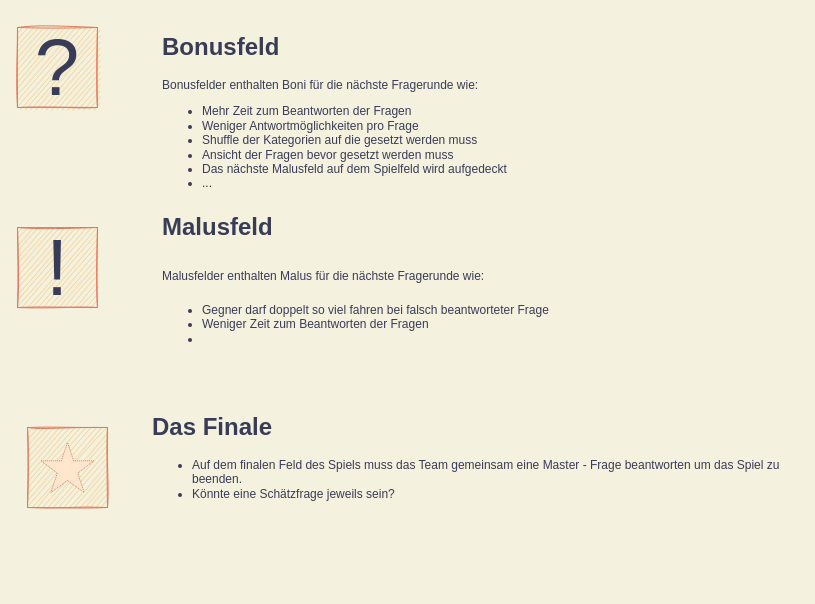
fadelmann/betonyourself-draw keeps this draw.io diagram as page "Specials" (4 of 5) of Bet on Yourself.drawio. Above is the earlier version. Source tidied: cells renumbered, new cells numbered last; positions are measured from the earlier drawing's top-left corner, leaving out a move shared by most shapes. Both pictures are drawn from the tidied source at 100%, with x=0, y=0 at pixel (17, 27).
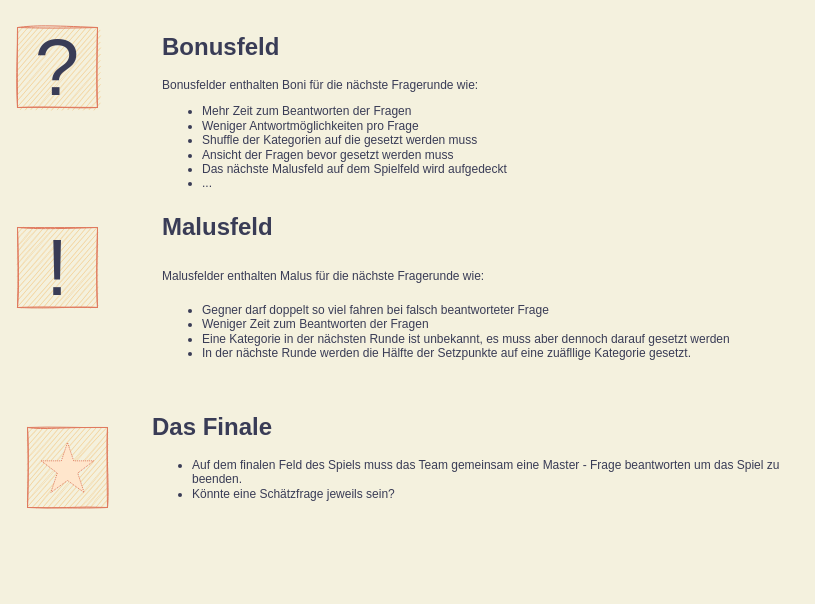
The same page after the edit.

Change to the diagram source:
```diff
@@
 <mxGraphModel background="#F4F1DE">
   <root>
     <mxCell id="0" />
     <mxCell id="1" parent="0" />
     <mxCell id="2" value="&lt;font style=&quot;font-size: 80px&quot;&gt;?&lt;/font&gt;" style="whiteSpace=wrap;html=1;rounded=0;sketch=1;fontColor=#393C56;strokeColor=#E07A5F;fillColor=#F2CC8F;" parent="1" vertex="1">
       <mxGeometry width="80" height="80" as="geometry" />
     </mxCell>
     <mxCell id="3" value="&lt;font style=&quot;font-size: 80px&quot;&gt;!&lt;/font&gt;" style="whiteSpace=wrap;html=1;rounded=0;sketch=1;fontColor=#393C56;strokeColor=#E07A5F;fillColor=#F2CC8F;" parent="1" vertex="1">
       <mxGeometry y="200" width="80" height="80" as="geometry" />
     </mxCell>
     <mxCell id="4" value="&lt;h1&gt;Bonusfeld&lt;/h1&gt;&lt;p&gt;Bonusfelder enthalten Boni für die nächste Fragerunde wie:&lt;/p&gt;&lt;p&gt;&lt;/p&gt;&lt;ul&gt;&lt;li&gt;Mehr Zeit zum Beantworten der Fragen&lt;/li&gt;&lt;li&gt;Weniger Antwortmöglichkeiten pro Frage&lt;/li&gt;&lt;li&gt;Shuffle der Kategorien auf die gesetzt werden muss&lt;/li&gt;&lt;li&gt;Ansicht der Fragen bevor gesetzt werden muss&lt;/li&gt;&lt;li&gt;Das nächste Malusfeld auf dem Spielfeld wird aufgedeckt&lt;/li&gt;&lt;li&gt;...&lt;/li&gt;&lt;/ul&gt;&lt;p&gt;&lt;/p&gt;" style="text;html=1;strokeColor=none;fillColor=none;spacing=5;spacingTop=-20;whiteSpace=wrap;overflow=hidden;rounded=0;sketch=0;fontColor=#393C56;" parent="1" vertex="1">
       <mxGeometry x="140" width="640" height="160" as="geometry" />
     </mxCell>
-    <mxCell id="5" value="&lt;h1&gt;&lt;span&gt;Malusfeld&lt;/span&gt;&lt;/h1&gt;&lt;h1&gt;&lt;span style=&quot;font-size: 12px ; font-weight: normal&quot;&gt;Malusfelder enthalten Malus für die nächste Fragerunde wie:&lt;/span&gt;&lt;br&gt;&lt;/h1&gt;&lt;div&gt;&lt;ul&gt;&lt;li&gt;&lt;span style=&quot;font-size: 12px ; font-weight: normal&quot;&gt;Gegner darf doppelt so viel fahren bei falsch beantworteter Frage&lt;/span&gt;&lt;/li&gt;&lt;li&gt;Weniger Zeit zum Beantworten der Fragen&lt;/li&gt;&lt;li&gt;&lt;br&gt;&lt;/li&gt;&lt;/ul&gt;&lt;/div&gt;" style="text;html=1;strokeColor=none;fillColor=none;spacing=5;spacingTop=-20;whiteSpace=wrap;overflow=hidden;rounded=0;sketch=0;fontColor=#393C56;" parent="1" vertex="1">
+    <mxCell id="5" value="&lt;h1&gt;&lt;span&gt;Malusfeld&lt;/span&gt;&lt;/h1&gt;&lt;h1&gt;&lt;span style=&quot;font-size: 12px ; font-weight: normal&quot;&gt;Malusfelder enthalten Malus für die nächste Fragerunde wie:&lt;/span&gt;&lt;br&gt;&lt;/h1&gt;&lt;div&gt;&lt;ul&gt;&lt;li&gt;&lt;span style=&quot;font-size: 12px ; font-weight: normal&quot;&gt;Gegner darf doppelt so viel fahren bei falsch beantworteter Frage&lt;/span&gt;&lt;/li&gt;&lt;li&gt;Weniger Zeit zum Beantworten der Fragen&lt;/li&gt;&lt;li&gt;Eine Kategorie in der nächsten Runde ist unbekannt, es muss aber dennoch darauf gesetzt werden&lt;/li&gt;&lt;li&gt;In der nächste Runde werden die Hälfte der Setzpunkte auf eine zuäfllige Kategorie gesetzt.&lt;/li&gt;&lt;/ul&gt;&lt;/div&gt;" style="text;html=1;strokeColor=none;fillColor=none;spacing=5;spacingTop=-20;whiteSpace=wrap;overflow=hidden;rounded=0;sketch=0;fontColor=#393C56;" parent="1" vertex="1">
       <mxGeometry x="140" y="180" width="640" height="180" as="geometry" />
     </mxCell>
     <mxCell id="6" style="whiteSpace=wrap;html=1;rounded=0;sketch=1;fontColor=#393C56;strokeColor=#E07A5F;fillColor=#F2CC8F;" parent="1" vertex="1">
       <mxGeometry x="10" y="400" width="80" height="80" as="geometry" />
     </mxCell>
     <mxCell id="7" style="verticalLabelPosition=bottom;verticalAlign=top;html=1;shape=mxgraph.basic.star;rounded=0;dashed=1;dashPattern=1 1;sketch=0;fontColor=#393C56;strokeColor=#E07A5F;fillColor=#FFE6CC;" parent="1" vertex="1">
       <mxGeometry x="23.7" y="415" width="52.6" height="50" as="geometry" />
     </mxCell>
     <mxCell id="8" value="&lt;h1&gt;&lt;span&gt;Das Finale&lt;/span&gt;&lt;/h1&gt;&lt;div&gt;&lt;ul&gt;&lt;li&gt;&lt;span style=&quot;font-size: 12px ; font-weight: normal&quot;&gt;Auf dem finalen Feld des Spiels muss das Team gemeinsam eine Master - Frage beantworten um das Spiel zu beenden.&lt;/span&gt;&lt;/li&gt;&lt;li&gt;&lt;span style=&quot;font-size: 12px ; font-weight: normal&quot;&gt;Könnte eine Schätzfrage jeweils sein?&lt;/span&gt;&lt;/li&gt;&lt;/ul&gt;&lt;/div&gt;" style="text;html=1;strokeColor=none;fillColor=none;spacing=5;spacingTop=-20;whiteSpace=wrap;overflow=hidden;rounded=0;sketch=0;fontColor=#393C56;" parent="1" vertex="1">
       <mxGeometry x="130" y="380" width="640" height="180" as="geometry" />
     </mxCell>
   </root>
 </mxGraphModel>
```
